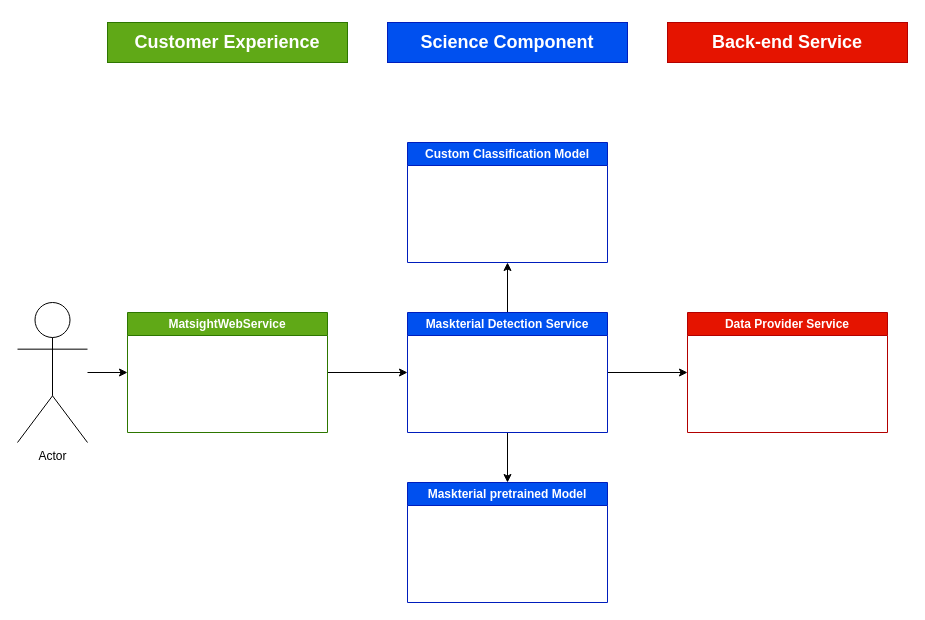
Earlier version of the draw.io diagram Diagrams/High Level Diagram.drawio (microseg/docs). Source tidied: cells renumbered, new cells numbered last; positions are measured from the earlier drawing's top-left corner, leaving out a move shared by most shapes. Both pictures are drawn from the tidied source at 100%, with x=0, y=0 at pixel (17, 22).
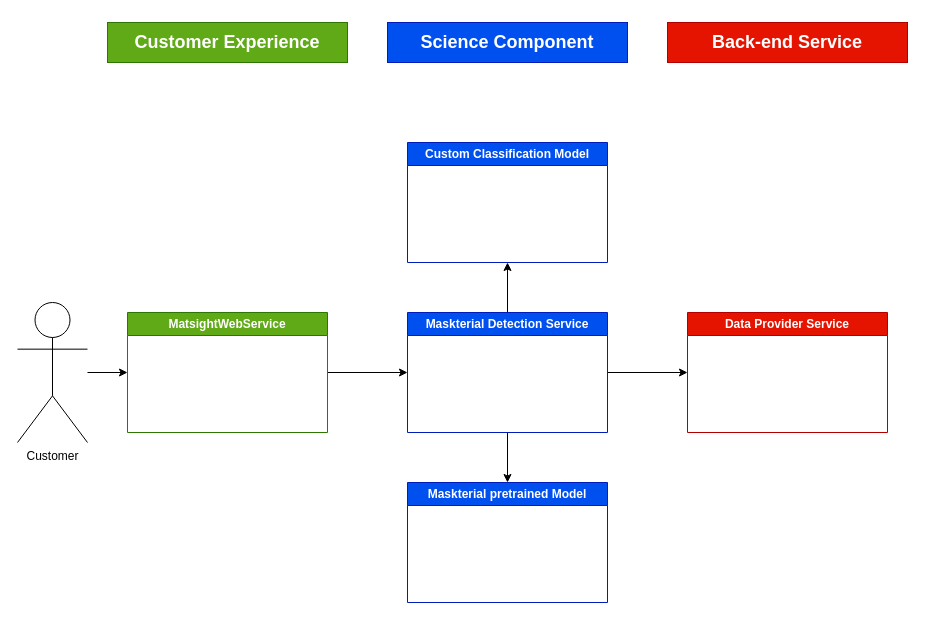
After the change.

What changed in the source:
```diff
@@
 <mxGraphModel>
   <root>
     <mxCell id="0" />
     <mxCell id="1" parent="0" />
     <mxCell id="2" value="&lt;h2&gt;Customer Experience&lt;/h2&gt;" style="rounded=0;whiteSpace=wrap;html=1;fillColor=#60a917;fontColor=#ffffff;strokeColor=#2D7600;" parent="1" vertex="1">
       <mxGeometry x="90" width="240" height="40" as="geometry" />
     </mxCell>
     <mxCell id="3" value="&lt;h2&gt;Science Component&lt;/h2&gt;" style="rounded=0;whiteSpace=wrap;html=1;fillColor=#0050ef;fontColor=#ffffff;strokeColor=#001DBC;" parent="1" vertex="1">
       <mxGeometry x="370" width="240" height="40" as="geometry" />
     </mxCell>
     <mxCell id="4" value="&lt;h2&gt;Back-end Service&lt;/h2&gt;" style="rounded=0;whiteSpace=wrap;html=1;fillColor=#e51400;fontColor=#ffffff;strokeColor=#B20000;" parent="1" vertex="1">
       <mxGeometry x="650" width="240" height="40" as="geometry" />
     </mxCell>
     <mxCell id="5" style="edgeStyle=orthogonalEdgeStyle;rounded=0;jettySize=auto;html=1;exitX=1;exitY=0.5;exitDx=0;exitDy=0;entryX=0;entryY=0.5;entryDx=0;entryDy=0;" parent="1" edge="1" source="6" target="12">
       <mxGeometry relative="1" as="geometry" />
     </mxCell>
     <mxCell id="6" value="MatsightWebService" style="swimlane;whiteSpace=wrap;html=1;fillColor=#60a917;fontColor=#ffffff;strokeColor=#2D7600;" parent="1" vertex="1">
       <mxGeometry x="110" y="290" width="200" height="120" as="geometry" />
     </mxCell>
-    <mxCell id="7" value="Actor" style="shape=umlActor;verticalLabelPosition=bottom;verticalAlign=top;html=1;outlineConnect=0;" parent="1" vertex="1">
+    <mxCell id="7" value="Customer" style="shape=umlActor;verticalLabelPosition=bottom;verticalAlign=top;html=1;outlineConnect=0;" parent="1" vertex="1">
       <mxGeometry y="280" width="70" height="140" as="geometry" />
     </mxCell>
     <mxCell id="8" style="endArrow=classic;html=1;rounded=0;" parent="1" edge="1" source="7">
       <mxGeometry relative="1" as="geometry">
         <mxPoint x="110" y="350" as="targetPoint" />
       </mxGeometry>
     </mxCell>
     <mxCell id="9" style="edgeStyle=orthogonalEdgeStyle;rounded=0;jettySize=auto;html=1;exitX=0.5;exitY=1;exitDx=0;exitDy=0;entryX=0.5;entryY=0;entryDx=0;entryDy=0;" parent="1" edge="1" source="12" target="14">
       <mxGeometry relative="1" as="geometry" />
     </mxCell>
     <mxCell id="10" style="edgeStyle=orthogonalEdgeStyle;rounded=0;jettySize=auto;html=1;exitX=0.5;exitY=0;exitDx=0;exitDy=0;entryX=0.5;entryY=1;entryDx=0;entryDy=0;" parent="1" edge="1" source="12" target="13">
       <mxGeometry relative="1" as="geometry" />
     </mxCell>
     <mxCell id="11" style="edgeStyle=orthogonalEdgeStyle;rounded=0;jettySize=auto;html=1;exitX=1;exitY=0.5;exitDx=0;exitDy=0;entryX=0;entryY=0.5;entryDx=0;entryDy=0;" parent="1" edge="1" source="12" target="15">
       <mxGeometry relative="1" as="geometry" />
     </mxCell>
     <mxCell id="12" value="Maskterial Detection Service" style="swimlane;whiteSpace=wrap;html=1;fillColor=#0050ef;fontColor=#ffffff;strokeColor=#001DBC;" parent="1" vertex="1">
       <mxGeometry x="390" y="290" width="200" height="120" as="geometry" />
     </mxCell>
     <mxCell id="13" value="Custom Classification Model" style="swimlane;whiteSpace=wrap;html=1;fillColor=#0050ef;fontColor=#ffffff;strokeColor=#001DBC;" parent="1" vertex="1">
       <mxGeometry x="390" y="120" width="200" height="120" as="geometry" />
     </mxCell>
     <mxCell id="14" value="Maskterial pretrained Model" style="swimlane;whiteSpace=wrap;html=1;fillColor=#0050ef;fontColor=#ffffff;strokeColor=#001DBC;" parent="1" vertex="1">
       <mxGeometry x="390" y="460" width="200" height="120" as="geometry" />
     </mxCell>
     <mxCell id="15" value="Data Provider Service" style="swimlane;whiteSpace=wrap;html=1;fillColor=#e51400;fontColor=#ffffff;strokeColor=#B20000;" parent="1" vertex="1">
       <mxGeometry x="670" y="290" width="200" height="120" as="geometry" />
     </mxCell>
   </root>
 </mxGraphModel>
```
